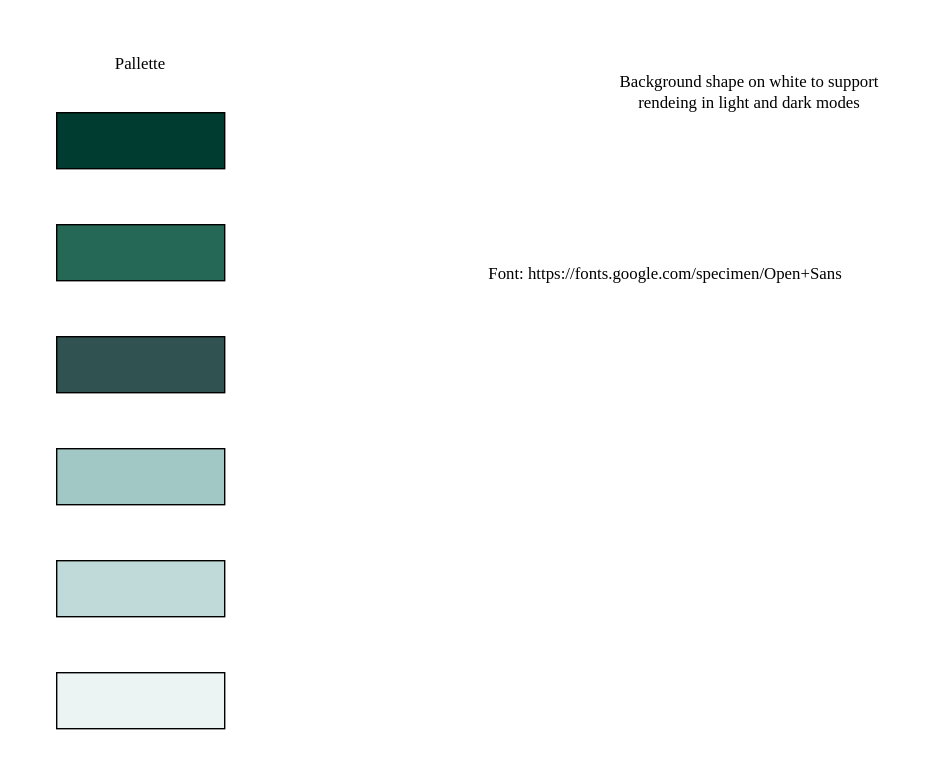
Earlier version of the draw.io export files/templates/Tazama-template.drawio.svg (tazama-lf/docs). Source tidied: cells renumbered, new cells last; positions are measured from the earlier drawing's top-left corner, leaving out a move shared by most shapes. Source of this version:
```xml
<mxGraphModel>
  <root>
    <mxCell id="0" />
    <mxCell id="1" parent="0" />
    <mxCell id="2" style="rounded=1;whiteSpace=wrap;html=1;strokeColor=none;" parent="1" vertex="1">
      <mxGeometry width="680" height="560" as="geometry" />
    </mxCell>
    <mxCell id="3" style="rounded=0;whiteSpace=wrap;html=1;fillColor=#003c30;" parent="1" vertex="1">
      <mxGeometry x="40" y="80" width="120" height="40" as="geometry" />
    </mxCell>
    <mxCell id="4" style="rounded=0;whiteSpace=wrap;html=1;fillColor=#256855;" parent="1" vertex="1">
      <mxGeometry x="40" y="160" width="120" height="40" as="geometry" />
    </mxCell>
    <mxCell id="5" style="rounded=0;whiteSpace=wrap;html=1;fillColor=#305250;" parent="1" vertex="1">
      <mxGeometry x="40" y="240" width="120" height="40" as="geometry" />
    </mxCell>
    <mxCell id="6" style="rounded=0;whiteSpace=wrap;html=1;fillColor=#a1c8c5;" parent="1" vertex="1">
      <mxGeometry x="40" y="320" width="120" height="40" as="geometry" />
    </mxCell>
    <mxCell id="7" style="rounded=0;whiteSpace=wrap;html=1;fillColor=#c0dad9;" parent="1" vertex="1">
      <mxGeometry x="40" y="400" width="120" height="40" as="geometry" />
    </mxCell>
    <mxCell id="8" style="rounded=0;whiteSpace=wrap;html=1;fillColor=#ecf4f3;" parent="1" vertex="1">
      <mxGeometry x="40" y="480" width="120" height="40" as="geometry" />
    </mxCell>
    <mxCell id="9" value="Background shape on white to support rendeing in light and dark modes" style="text;html=1;align=center;verticalAlign=middle;whiteSpace=wrap;rounded=0;fontFamily=https://fonts.google.com/specimen/Open+Sans;" parent="1" vertex="1">
      <mxGeometry x="430" y="50" width="210" height="30" as="geometry" />
    </mxCell>
    <mxCell id="10" value="Pallette" style="text;html=1;align=center;verticalAlign=middle;whiteSpace=wrap;rounded=0;fontFamily=https://fonts.google.com/specimen/Open+Sans;" parent="1" vertex="1">
      <mxGeometry x="40" y="30" width="120" height="30" as="geometry" />
    </mxCell>
    <mxCell id="11" value="Font:&amp;nbsp;https://fonts.google.com/specimen/Open+Sans" style="text;html=1;align=center;verticalAlign=middle;whiteSpace=wrap;rounded=0;fontFamily=https://fonts.google.com/specimen/Open+Sans;" parent="1" vertex="1">
      <mxGeometry x="310" y="180" width="330" height="30" as="geometry" />
    </mxCell>
  </root>
</mxGraphModel>
```
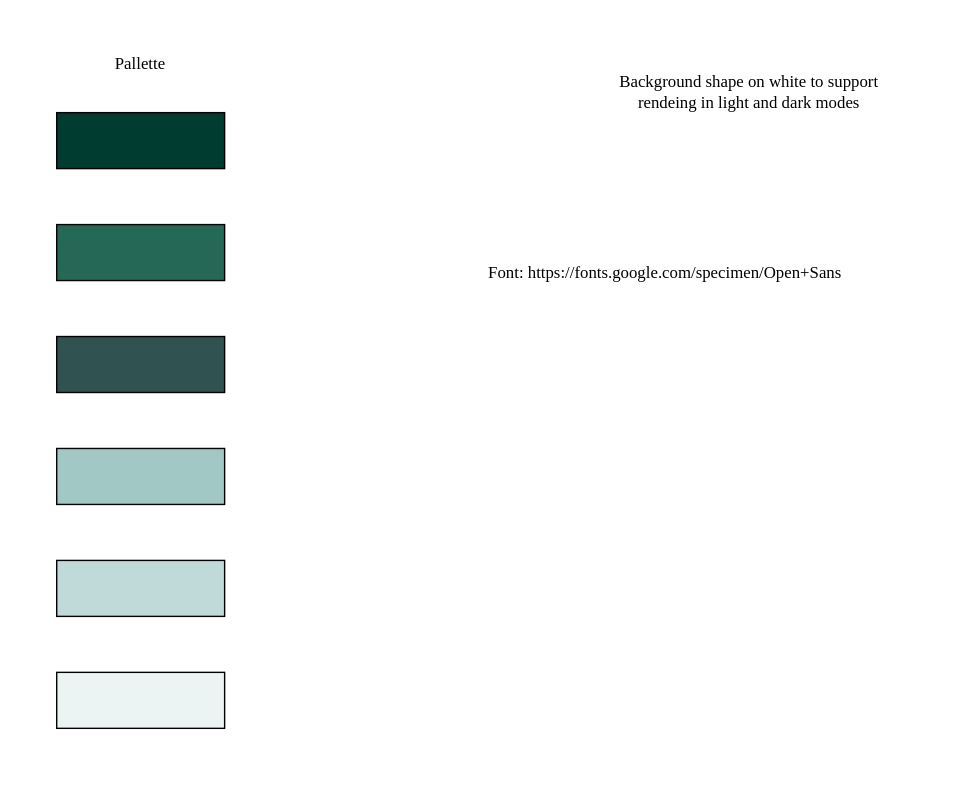
Later version of the same file.

Commit message:
fix - updated inverted colours

What changed in the source:
```diff
@@ -2,7 +2,7 @@
   <root>
     <mxCell id="0" />
     <mxCell id="1" parent="0" />
-    <mxCell id="2" style="rounded=1;whiteSpace=wrap;html=1;strokeColor=none;" parent="1" vertex="1">
+    <mxCell id="2" style="rounded=1;whiteSpace=wrap;html=1;strokeColor=none;fillColor=#FFFFFF;" parent="1" vertex="1">
       <mxGeometry width="680" height="560" as="geometry" />
     </mxCell>
     <mxCell id="3" style="rounded=0;whiteSpace=wrap;html=1;fillColor=#003c30;" parent="1" vertex="1">
@@ -23,13 +23,13 @@
     <mxCell id="8" style="rounded=0;whiteSpace=wrap;html=1;fillColor=#ecf4f3;" parent="1" vertex="1">
       <mxGeometry x="40" y="480" width="120" height="40" as="geometry" />
     </mxCell>
-    <mxCell id="9" value="Background shape on white to support rendeing in light and dark modes" style="text;html=1;align=center;verticalAlign=middle;whiteSpace=wrap;rounded=0;fontFamily=https://fonts.google.com/specimen/Open+Sans;" parent="1" vertex="1">
+    <mxCell id="9" value="Background shape on white to support rendeing in light and dark modes" style="text;html=1;align=center;verticalAlign=middle;whiteSpace=wrap;rounded=0;fontFamily=https://fonts.google.com/specimen/Open+Sans;fontColor=#000000;" parent="1" vertex="1">
       <mxGeometry x="430" y="50" width="210" height="30" as="geometry" />
     </mxCell>
-    <mxCell id="10" value="Pallette" style="text;html=1;align=center;verticalAlign=middle;whiteSpace=wrap;rounded=0;fontFamily=https://fonts.google.com/specimen/Open+Sans;" parent="1" vertex="1">
+    <mxCell id="10" value="Pallette" style="text;html=1;align=center;verticalAlign=middle;whiteSpace=wrap;rounded=0;fontFamily=https://fonts.google.com/specimen/Open+Sans;fontColor=#000000;" parent="1" vertex="1">
       <mxGeometry x="40" y="30" width="120" height="30" as="geometry" />
     </mxCell>
-    <mxCell id="11" value="Font:&amp;nbsp;https://fonts.google.com/specimen/Open+Sans" style="text;html=1;align=center;verticalAlign=middle;whiteSpace=wrap;rounded=0;fontFamily=https://fonts.google.com/specimen/Open+Sans;" parent="1" vertex="1">
+    <mxCell id="11" value="Font:&amp;nbsp;https://fonts.google.com/specimen/Open+Sans" style="text;html=1;align=center;verticalAlign=middle;whiteSpace=wrap;rounded=0;fontFamily=https://fonts.google.com/specimen/Open+Sans;fontColor=#000000;" parent="1" vertex="1">
       <mxGeometry x="310" y="180" width="330" height="30" as="geometry" />
     </mxCell>
   </root>
```
